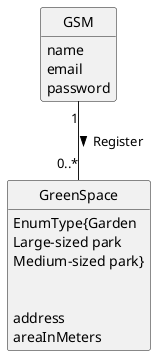
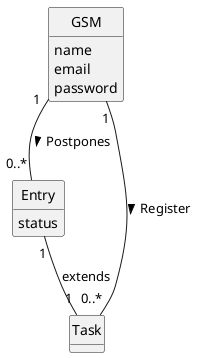
@startuml
skinparam monochrome true
skinparam packageStyle rectangle
skinparam shadowing false

'left to right direction

skinparam classAttributeIconSize 0

hide circle
hide methods

'title Domain Model

'class Platform {
'  -description
'}

class GSM {
name
email
password
}

- class GreenSpace {
- EnumType{Garden
- Large-sized park
- Medium-sized park}

+ class Entry{
+     status

- address
- areaInMeters
+ }
+ 
+ class Task{
+ 
}



'Platform "1" -- "*" Organization : has registered >
'Platform "1" -- "*" Category : defines >
- GSM "1" -- "0..*" GreenSpace : Register >
+ GSM "1" -- "0..*" Task : Register >
+ GSM "1" -- "0..*" Entry : Postpones >
+ Entry "1" -- "1" Task : extends
+ 
@enduml